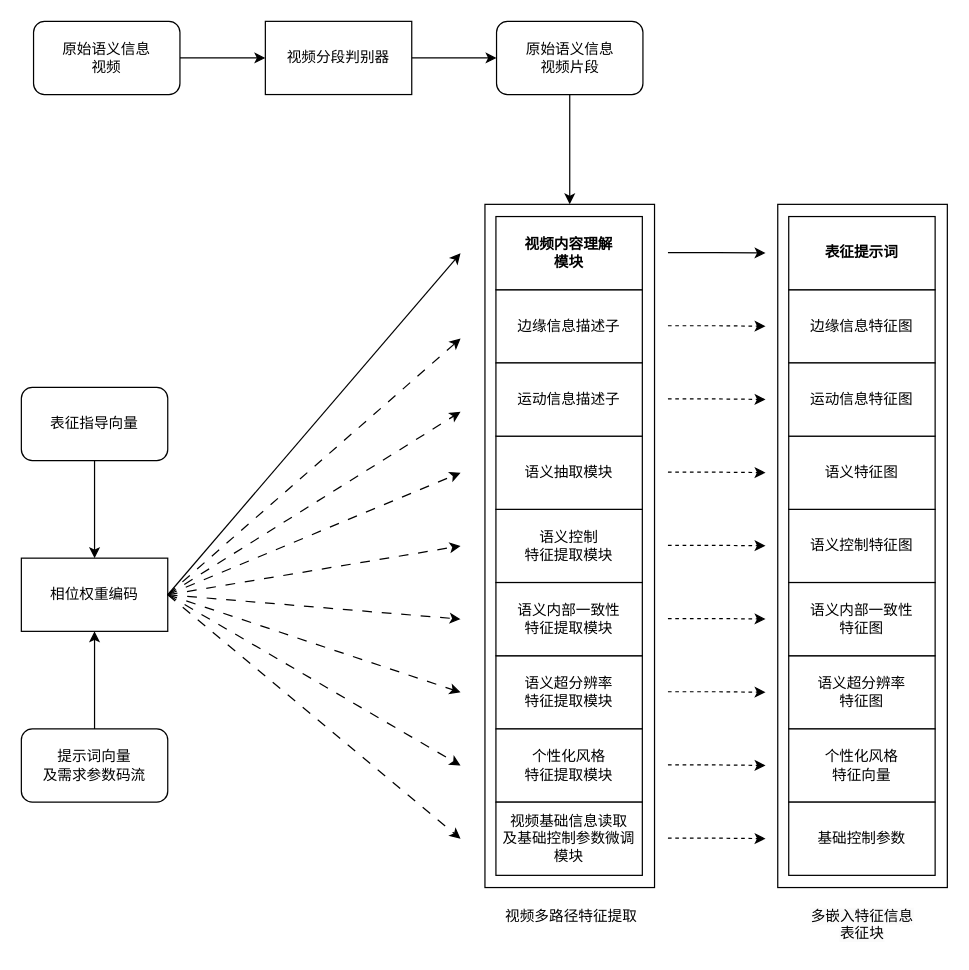
The draw.io diagram 视频提取模块v2.drawio in hrf666666/FlowCharts, before the edit. Source tidied: cells renumbered, new cells numbered last; positions are measured from the earlier drawing's top-left corner, leaving out a move shared by most shapes. Both pictures are drawn from the tidied source at 122%, with x=0, y=0 at pixel (21, 21).
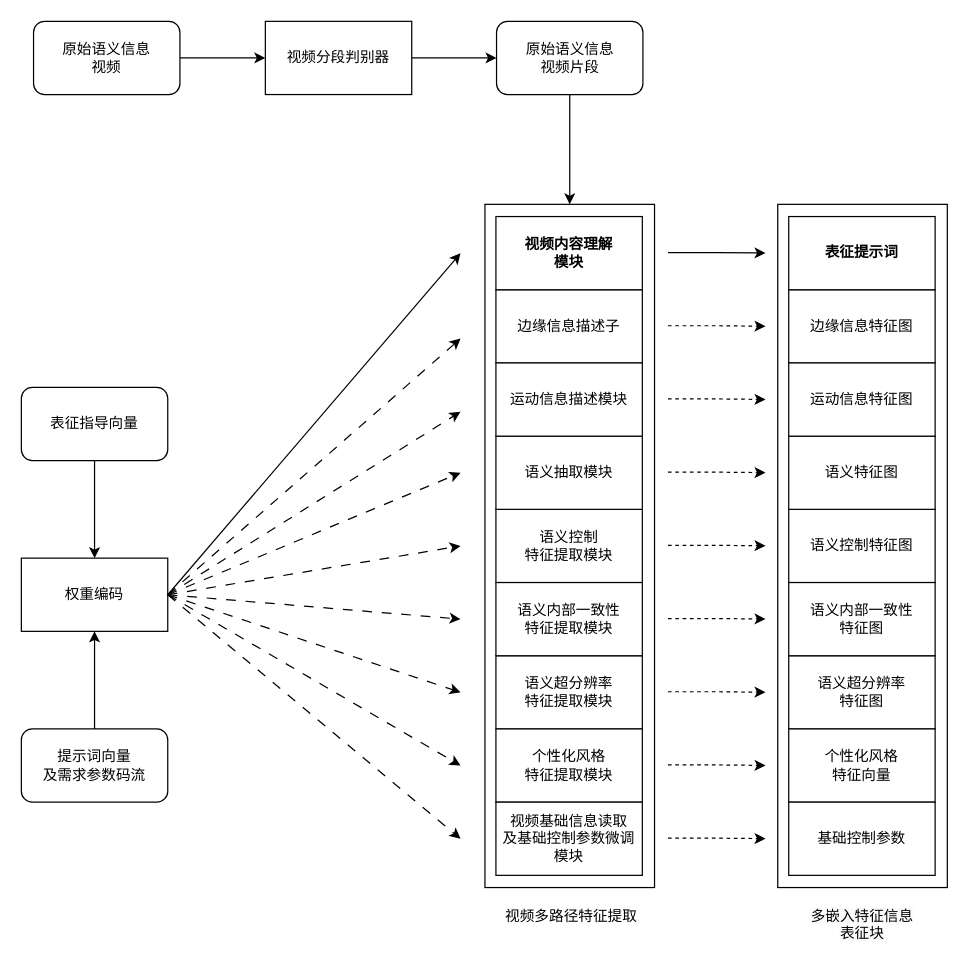
The same page after the edit.

Commit message:
更新视频提取模块v2.drawio

Change to the diagram source:
```diff
@@
-    <mxCell id="7" value="相位权重编码" style="rounded=0;whiteSpace=wrap;html=1;" parent="1" vertex="1">
+    <mxCell id="7" value="权重编码" style="rounded=0;whiteSpace=wrap;html=1;" parent="1" vertex="1">
       <mxGeometry y="440" width="120" height="60" as="geometry" />
     </mxCell>
@@
-    <mxCell id="17" value="&lt;div&gt;运动信息描述子&lt;/div&gt;" style="rounded=0;whiteSpace=wrap;html=1;" parent="1" vertex="1">
+    <mxCell id="17" value="&lt;div&gt;运动信息描述模块&lt;/div&gt;" style="rounded=0;whiteSpace=wrap;html=1;" parent="1" vertex="1">
       <mxGeometry x="389" y="280" width="120" height="60" as="geometry" />
     </mxCell>
```
